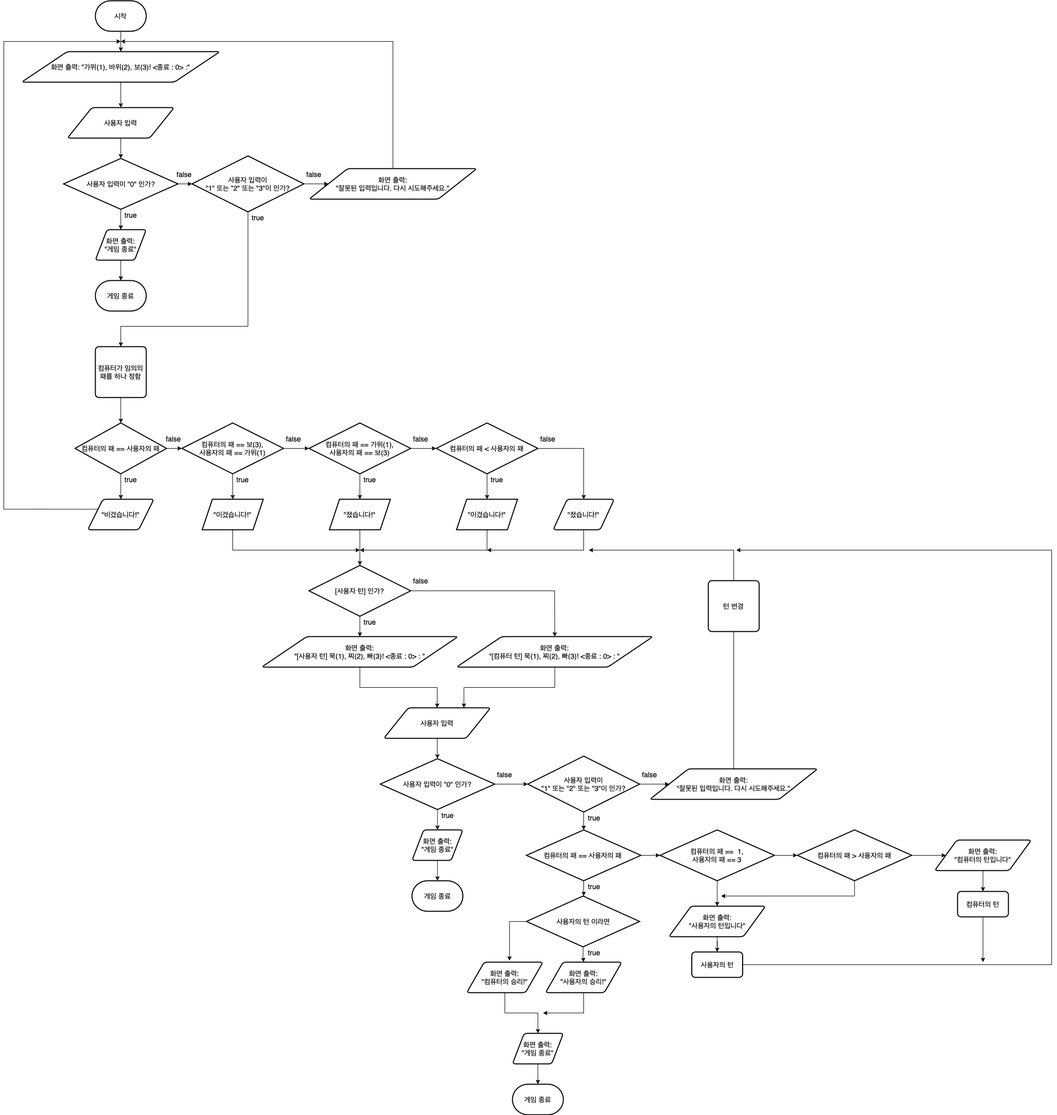
yagom-academy/ios-rock-paper-scissors keeps this draw.io diagram as ios-rock-paper-scissors-step2.drawio.png. Above is the earlier version. Source tidied: cells renumbered, new cells last; positions are measured from the earlier drawing's top-left corner, leaving out a move shared by most shapes.
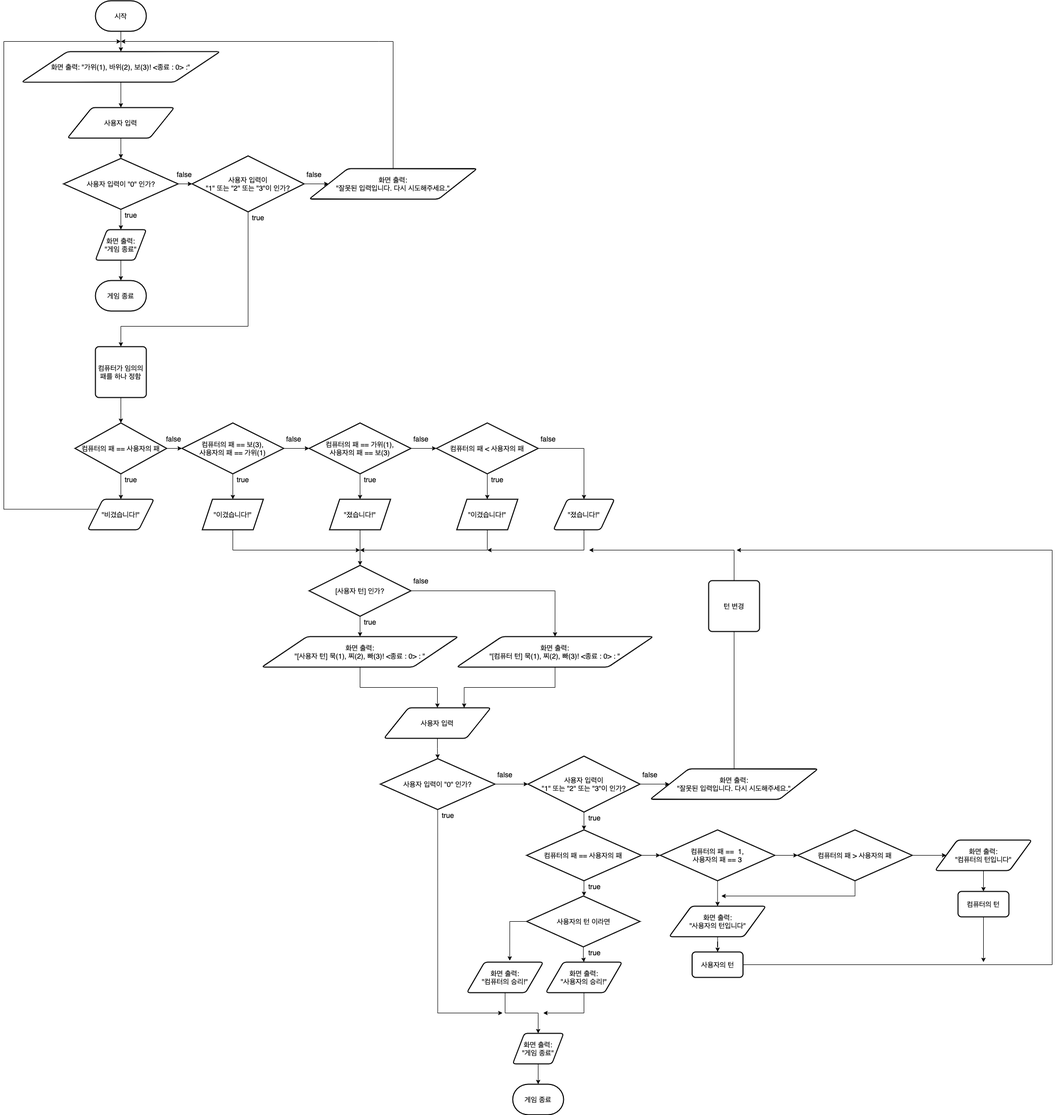
Later version of the same file.

Commit message:
docs: STEP 2 순서도 수정

The edit, as a diff of the source:
```diff
@@ -167,9 +167,6 @@
     <mxCell id="44" value="게임 종료" style="strokeWidth=2;html=1;shape=mxgraph.flowchart.terminator;whiteSpace=wrap;fontSize=14;" parent="1" vertex="1">
       <mxGeometry x="180" y="550" width="100" height="60" as="geometry" />
     </mxCell>
-    <mxCell id="45" value="게임 종료" style="strokeWidth=2;html=1;shape=mxgraph.flowchart.terminator;whiteSpace=wrap;fontSize=14;" parent="1" vertex="1">
-      <mxGeometry x="802.5" y="1730" width="100" height="60" as="geometry" />
-    </mxCell>
     <mxCell id="46" value="true" style="text;html=1;strokeColor=none;fillColor=none;align=center;verticalAlign=middle;whiteSpace=wrap;rounded=0;fontSize=14;" parent="1" vertex="1">
       <mxGeometry x="230" y="930" width="40" height="21" as="geometry" />
     </mxCell>
@@ -233,21 +230,20 @@
     <mxCell id="66" value="사용자 입력" style="shape=parallelogram;html=1;strokeWidth=2;perimeter=parallelogramPerimeter;whiteSpace=wrap;rounded=1;arcSize=12;size=0.23;fontSize=14;" parent="1" vertex="1">
       <mxGeometry x="747" y="1390" width="210" height="60" as="geometry" />
     </mxCell>
-    <mxCell id="67" style="edgeStyle=orthogonalEdgeStyle;rounded=0;jettySize=auto;html=1;" parent="1" edge="1" source="69" target="71">
-      <mxGeometry relative="1" as="geometry" />
-    </mxCell>
     <mxCell id="68" style="edgeStyle=orthogonalEdgeStyle;rounded=0;jettySize=auto;html=1;entryX=0;entryY=0.5;entryDx=0;entryDy=0;" parent="1" edge="1" source="69" target="76">
       <mxGeometry relative="1" as="geometry" />
     </mxCell>
+    <mxCell id="111" style="edgeStyle=orthogonalEdgeStyle;rounded=0;jettySize=auto;html=1;exitX=0.5;exitY=1;exitDx=0;exitDy=0;exitPerimeter=0;" parent="1" edge="1" source="69">
+      <mxGeometry relative="1" as="geometry">
+        <mxPoint x="980" y="1990" as="targetPoint" />
+        <Array as="points">
+          <mxPoint x="853" y="1990" />
+        </Array>
+      </mxGeometry>
+    </mxCell>
     <mxCell id="69" value="사용자 입력이 &quot;0&quot; 인가?" style="strokeWidth=2;html=1;shape=mxgraph.flowchart.decision;whiteSpace=wrap;fontSize=14;" parent="1" vertex="1">
       <mxGeometry x="740" y="1490" width="225" height="100" as="geometry" />
     </mxCell>
-    <mxCell id="70" style="edgeStyle=orthogonalEdgeStyle;rounded=0;jettySize=auto;html=1;" parent="1" edge="1" source="71" target="45">
-      <mxGeometry relative="1" as="geometry" />
-    </mxCell>
-    <mxCell id="71" value="화면 출력:&lt;br&gt;&quot;게임 종료&quot;" style="shape=parallelogram;html=1;strokeWidth=2;perimeter=parallelogramPerimeter;whiteSpace=wrap;rounded=1;arcSize=12;size=0.23;fontSize=14;" parent="1" vertex="1">
-      <mxGeometry x="802.5" y="1630" width="100" height="60" as="geometry" />
-    </mxCell>
     <mxCell id="72" value="true" style="text;html=1;strokeColor=none;fillColor=none;align=center;verticalAlign=middle;whiteSpace=wrap;rounded=0;fontSize=14;" parent="1" vertex="1">
       <mxGeometry x="853.1" y="1590" width="40" height="21" as="geometry" />
     </mxCell>
```
